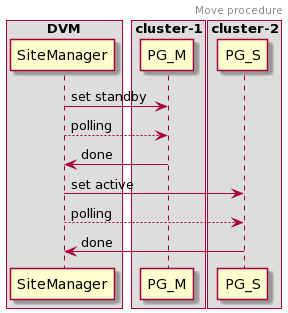
Above: documentation/images/site-manager_diagram_with_PG.png in Netcracker/DRNavigator (PlantUML), before the change.
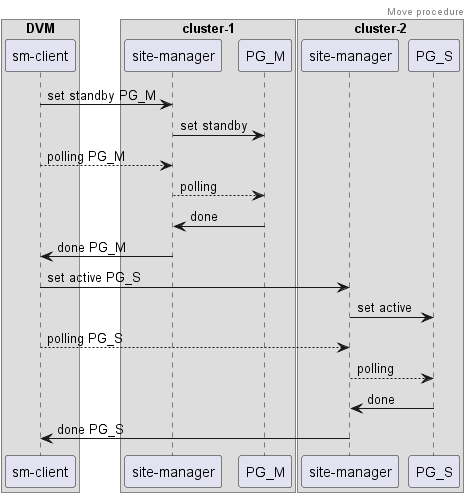
After the commit.

The edit, as a diff of the source:
```diff
@@ -2,22 +2,30 @@
 header Move procedure
 
 box "DVM"
-participant SiteManager
+participant "sm-client" as smClient
 end box
 
 box "cluster-1"
+participant "site-manager" as SiteManager1
 participant PG_M
 end box
 
 box "cluster-2"
+participant "site-manager" as SiteManager2
 participant PG_S
 end box
 
-SiteManager -> PG_M : set standby
-SiteManager --> PG_M : polling
-PG_M -> SiteManager : done
+smClient -> SiteManager1: set standby PG_M
+SiteManager1 -> PG_M : set standby
+smClient --> SiteManager1: polling PG_M
+SiteManager1 --> PG_M : polling
+PG_M -> SiteManager1 : done
+SiteManager1 -> smClient : done PG_M
 
-SiteManager -> PG_S : set active
-SiteManager --> PG_S : polling
-PG_S -> SiteManager : done
+smClient -> SiteManager2: set active PG_S
+SiteManager2 -> PG_S : set active
+smClient --> SiteManager2: polling PG_S
+SiteManager2 --> PG_S : polling
+PG_S -> SiteManager2 : done
+SiteManager2 -> smClient : done PG_S
 @enduml
```
